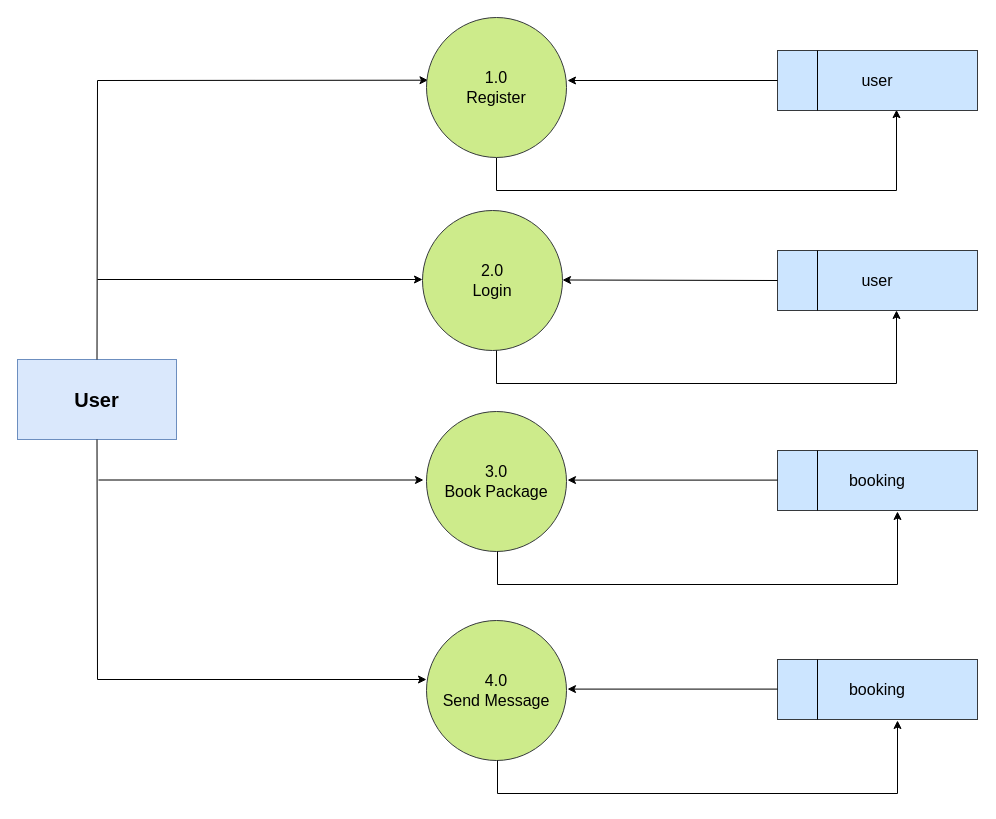
Earlier version of the draw.io diagram diagram/userdfd.drawio (parmarkalpesh/krishnatourism). Source tidied: cells renumbered, new cells numbered last; positions are measured from the earlier drawing's top-left corner, leaving out a move shared by most shapes. Both pictures are drawn from the tidied source at 100%, with x=0, y=0 at pixel (17, 17).
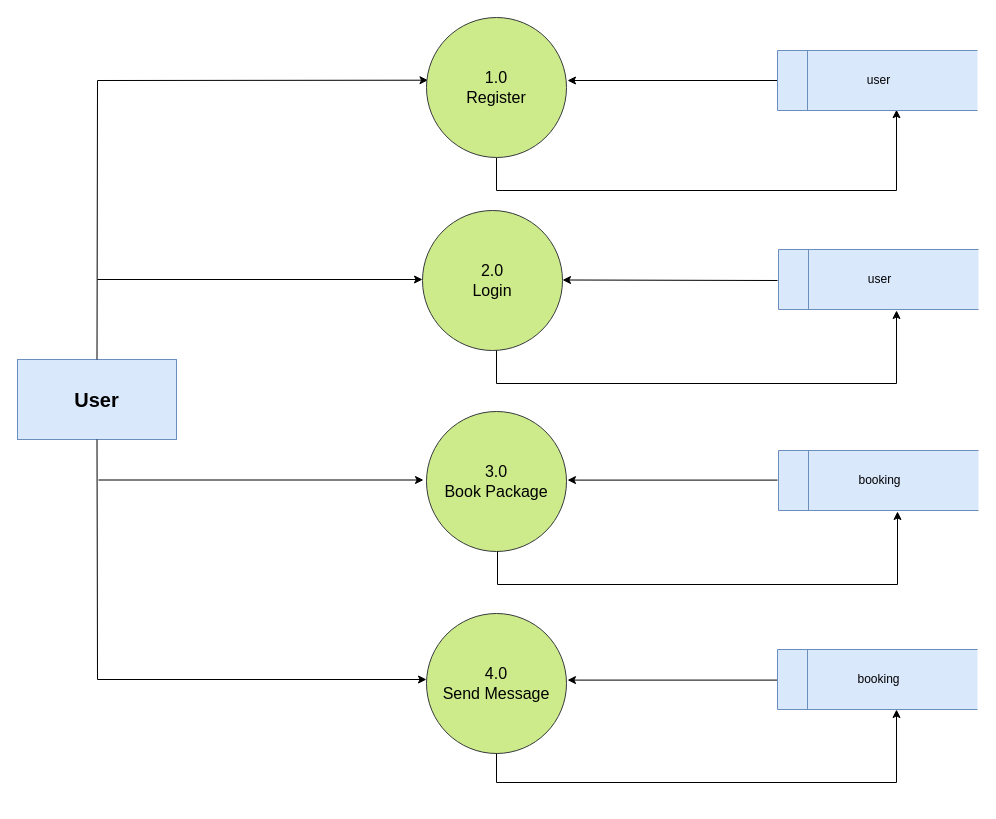
The same diagram, later.

Diff of the diagram source:
```diff
@@
-    <mxCell id="2" style="endArrow=classic;html=1;rounded=0;entryX=0.595;entryY=0.986;entryDx=0;entryDy=0;entryPerimeter=0;" parent="1" edge="1" target="11">
+    <mxCell id="2" style="endArrow=classic;html=1;rounded=0;entryX=0.595;entryY=0.986;entryDx=0;entryDy=0;entryPerimeter=0;" parent="1" edge="1">
       <mxGeometry relative="1" as="geometry">
         <mxPoint x="479" y="140" as="sourcePoint" />
+        <mxPoint x="879" y="92.2" as="targetPoint" />
         <Array as="points">
           <mxPoint x="479" y="173" />
           <mxPoint x="879" y="173" />
         </Array>
       </mxGeometry>
     </mxCell>
@@
-    <mxCell id="10" style="group;" parent="1" vertex="1">
-      <mxGeometry x="760" y="33" width="200" height="60" as="geometry" />
-    </mxCell>
-    <mxCell id="11" value="&lt;font style=&quot;font-size: 16px;&quot;&gt;user&lt;/font&gt;" style="rounded=0;whiteSpace=wrap;html=1;fillColor=#cce5ff;strokeColor=#36393d;" parent="10" vertex="1">
-      <mxGeometry width="200" height="60" as="geometry" />
-    </mxCell>
-    <mxCell id="12" style="endArrow=none;html=1;rounded=0;" parent="10" edge="1">
-      <mxGeometry relative="1" as="geometry">
-        <mxPoint x="40" y="60" as="sourcePoint" />
-        <mxPoint x="40" as="targetPoint" />
-      </mxGeometry>
-    </mxCell>
-    <mxCell id="13" style="group;" parent="1" vertex="1">
-      <mxGeometry x="760" y="233" width="200" height="60" as="geometry" />
-    </mxCell>
-    <mxCell id="14" value="&lt;span style=&quot;font-size: 16px;&quot;&gt;user&lt;/span&gt;" style="rounded=0;whiteSpace=wrap;html=1;fillColor=#cce5ff;strokeColor=#36393d;" parent="13" vertex="1">
-      <mxGeometry width="200" height="60" as="geometry" />
-    </mxCell>
-    <mxCell id="15" style="endArrow=none;html=1;rounded=0;" parent="13" edge="1">
-      <mxGeometry relative="1" as="geometry">
-        <mxPoint x="40" y="60" as="sourcePoint" />
-        <mxPoint x="40" as="targetPoint" />
-      </mxGeometry>
-    </mxCell>
-    <mxCell id="16" style="group;" parent="1" vertex="1">
-      <mxGeometry x="760" y="433" width="200" height="60" as="geometry" />
-    </mxCell>
-    <mxCell id="17" value="&lt;font style=&quot;font-size: 16px;&quot;&gt;booking&lt;/font&gt;" style="rounded=0;whiteSpace=wrap;html=1;fillColor=#cce5ff;strokeColor=#36393d;" parent="16" vertex="1">
-      <mxGeometry width="200" height="60" as="geometry" />
-    </mxCell>
-    <mxCell id="18" style="endArrow=none;html=1;rounded=0;" parent="16" edge="1">
-      <mxGeometry relative="1" as="geometry">
-        <mxPoint x="40" y="60" as="sourcePoint" />
-        <mxPoint x="40" as="targetPoint" />
-      </mxGeometry>
-    </mxCell>
@@
-    <mxCell id="21" style="endArrow=classic;html=1;rounded=0;exitX=0;exitY=0.5;exitDx=0;exitDy=0;" parent="1" edge="1" source="11">
+    <mxCell id="21" style="endArrow=classic;html=1;rounded=0;exitX=0;exitY=0.5;exitDx=0;exitDy=0;" parent="1" edge="1">
       <mxGeometry relative="1" as="geometry">
+        <mxPoint x="760" y="63" as="sourcePoint" />
         <mxPoint x="550" y="63" as="targetPoint" />
       </mxGeometry>
     </mxCell>
-    <mxCell id="22" style="endArrow=classic;html=1;rounded=0;exitX=0;exitY=0.5;exitDx=0;exitDy=0;" parent="1" edge="1" source="14">
+    <mxCell id="22" style="endArrow=classic;html=1;rounded=0;exitX=0;exitY=0.5;exitDx=0;exitDy=0;" parent="1" edge="1">
       <mxGeometry relative="1" as="geometry">
+        <mxPoint x="760" y="263" as="sourcePoint" />
         <mxPoint x="545" y="262.5" as="targetPoint" />
       </mxGeometry>
     </mxCell>
@@
     <mxCell id="24" value="4.0&lt;br&gt;Send Message" style="ellipse;whiteSpace=wrap;html=1;fillColor=#cdeb8b;strokeColor=#36393d;fontSize=16;" parent="1" vertex="1">
-      <mxGeometry x="409" y="603" width="140" height="140" as="geometry" />
+      <mxGeometry x="409" y="596" width="140" height="140" as="geometry" />
     </mxCell>
-    <mxCell id="25" style="group;" parent="1" vertex="1">
-      <mxGeometry x="760" y="642" width="200" height="60" as="geometry" />
-    </mxCell>
-    <mxCell id="26" value="&lt;font style=&quot;font-size: 16px;&quot;&gt;booking&lt;/font&gt;" style="rounded=0;whiteSpace=wrap;html=1;fillColor=#cce5ff;strokeColor=#36393d;" parent="25" vertex="1">
-      <mxGeometry width="200" height="60" as="geometry" />
-    </mxCell>
-    <mxCell id="27" style="endArrow=none;html=1;rounded=0;" parent="25" edge="1">
-      <mxGeometry relative="1" as="geometry">
-        <mxPoint x="40" y="60" as="sourcePoint" />
-        <mxPoint x="40" as="targetPoint" />
-      </mxGeometry>
-    </mxCell>
-    <mxCell id="28" style="endArrow=classic;html=1;rounded=0;" parent="1" edge="1">
+    <mxCell id="28" style="endArrow=classic;html=1;rounded=0;exitX=0.5;exitY=1;exitDx=0;exitDy=0;" parent="1" edge="1" source="24">
       <mxGeometry relative="1" as="geometry">
-        <mxPoint x="480" y="743" as="sourcePoint" />
-        <mxPoint x="880" y="703" as="targetPoint" />
+        <mxPoint x="879" y="692" as="targetPoint" />
         <Array as="points">
-          <mxPoint x="480" y="776" />
-          <mxPoint x="880" y="776" />
+          <mxPoint x="479" y="765" />
+          <mxPoint x="879" y="765" />
         </Array>
       </mxGeometry>
     </mxCell>
     <mxCell id="29" style="endArrow=classic;html=1;rounded=0;exitX=0;exitY=0.5;exitDx=0;exitDy=0;" parent="1" edge="1">
       <mxGeometry relative="1" as="geometry">
-        <mxPoint x="760" y="671.6" as="sourcePoint" />
-        <mxPoint x="550" y="671.6" as="targetPoint" />
+        <mxPoint x="760" y="662.6" as="sourcePoint" />
+        <mxPoint x="550" y="662.6" as="targetPoint" />
       </mxGeometry>
     </mxCell>
@@
+    <mxCell id="31" value="user" style="html=1;dashed=0;whiteSpace=wrap;shape=mxgraph.dfd.dataStoreID;align=center;spacingLeft=3;fillColor=#dae8fc;strokeColor=#6c8ebf;" parent="1" vertex="1">
+      <mxGeometry x="760" y="33" width="200" height="60" as="geometry" />
+    </mxCell>
+    <mxCell id="32" value="user" style="html=1;dashed=0;whiteSpace=wrap;shape=mxgraph.dfd.dataStoreID;align=center;spacingLeft=3;fillColor=#dae8fc;strokeColor=#6c8ebf;" parent="1" vertex="1">
+      <mxGeometry x="761" y="232" width="200" height="60" as="geometry" />
+    </mxCell>
+    <mxCell id="33" value="booking" style="html=1;dashed=0;whiteSpace=wrap;shape=mxgraph.dfd.dataStoreID;align=center;spacingLeft=3;fillColor=#dae8fc;strokeColor=#6c8ebf;" parent="1" vertex="1">
+      <mxGeometry x="761" y="433" width="200" height="60" as="geometry" />
+    </mxCell>
+    <mxCell id="34" value="booking" style="html=1;dashed=0;whiteSpace=wrap;shape=mxgraph.dfd.dataStoreID;align=center;spacingLeft=3;fillColor=#dae8fc;strokeColor=#6c8ebf;" parent="1" vertex="1">
+      <mxGeometry x="760" y="632" width="200" height="60" as="geometry" />
+    </mxCell>
```
